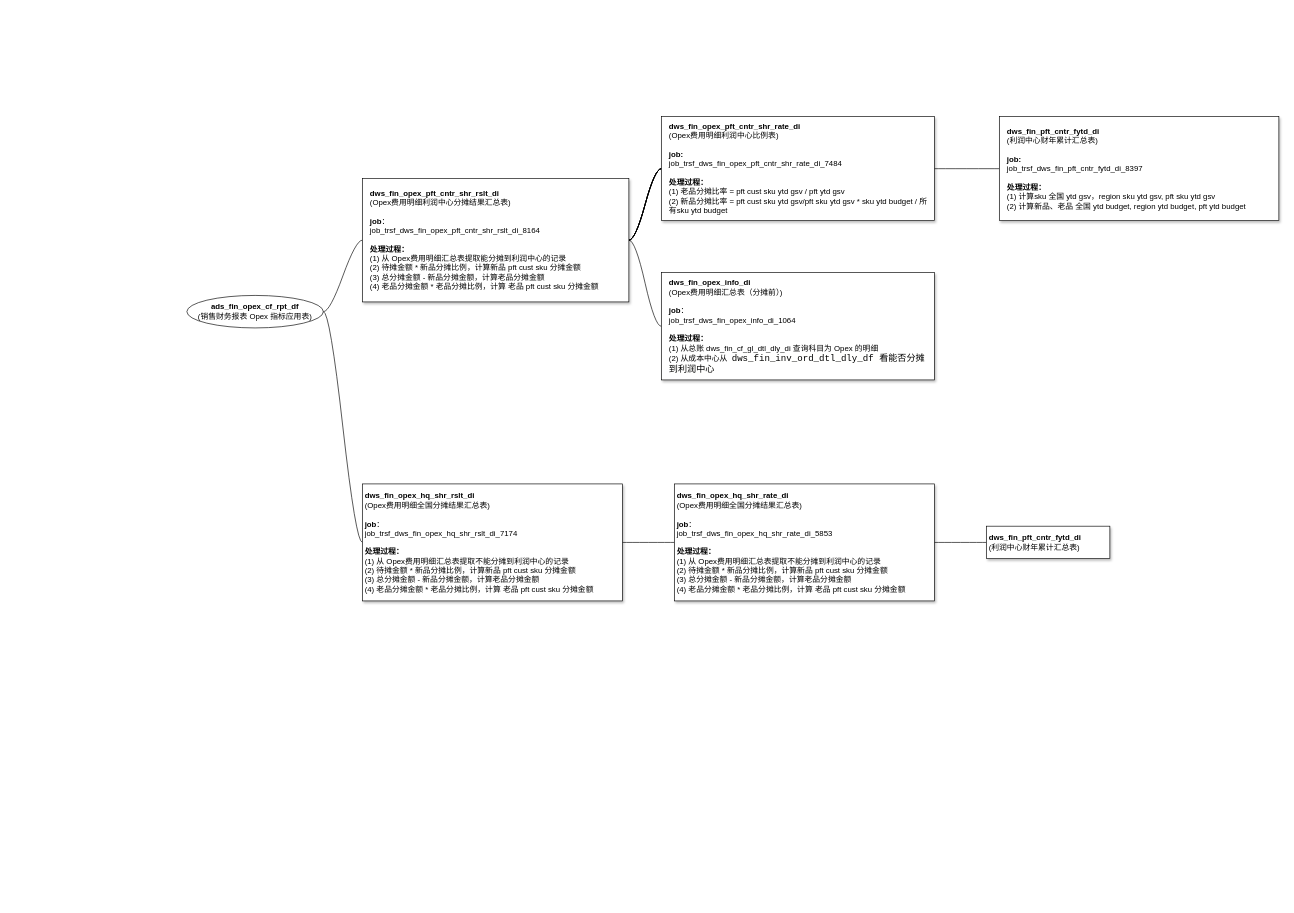
This is vitasoy-fin-opex.drawio from fsJerryChan/fsJerryChan, a draw.io file, before an edit. Source tidied: cells renumbered, new cells numbered last; positions are measured from the earlier drawing's top-left corner, leaving out a move shared by most shapes. Both pictures are drawn from the tidied source at 65%, with x=0, y=0 at pixel (187, 116).
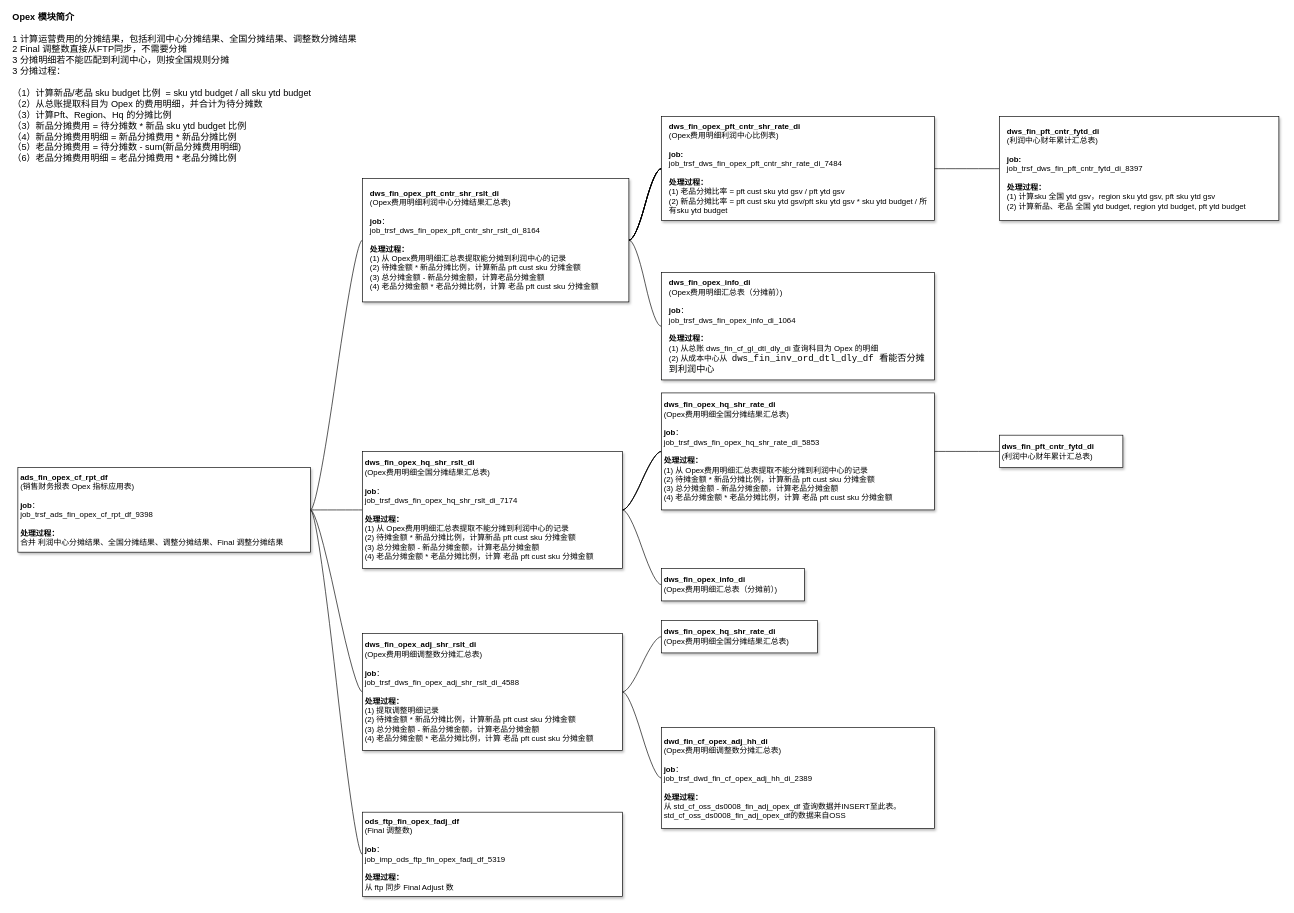
The same page after the edit.

The change refers to these unchanged cells:
```xml
<mxCell id="14" value="&lt;b style=&quot;border-color: var(--border-color);&quot;&gt;dws_fin_opex_pft_cntr_shr_rslt_di&lt;/b&gt;&lt;br style=&quot;border-color: var(--border-color);&quot;&gt;(Opex费用明细利润中心分摊结果汇总表)&lt;br style=&quot;border-color: var(--border-color);&quot;&gt;&lt;br style=&quot;border-color: var(--border-color);&quot;&gt;&lt;b style=&quot;border-color: var(--border-color);&quot;&gt;job&lt;/b&gt;&lt;span style=&quot;&quot;&gt;：&lt;/span&gt;&lt;br style=&quot;border-color: var(--border-color);&quot;&gt;&lt;span style=&quot;&quot;&gt;job_trsf_dws_fin_opex_pft_cntr_shr_rslt_di_8164&lt;/span&gt;&lt;br style=&quot;border-color: var(--border-color);&quot;&gt;&lt;br style=&quot;border-color: var(--border-color);&quot;&gt;&lt;b style=&quot;border-color: var(--border-color);&quot;&gt;处理过程：&lt;br&gt;&lt;/b&gt;(1) 从 Opex费用明细汇总表提取能分摊到利润中心的记录&lt;br style=&quot;border-color: var(--border-color);&quot;&gt;&lt;span style=&quot;&quot;&gt;(2) 待摊金额 * 新品分摊比例，计算新品 pft cust sku 分摊金额&lt;/span&gt;&lt;br style=&quot;border-color: var(--border-color);&quot;&gt;&lt;span style=&quot;&quot;&gt;(3) 总分摊金额 - 新品分摊金额，计算老品分摊金额&lt;/span&gt;&lt;br style=&quot;border-color: var(--border-color);&quot;&gt;&lt;span style=&quot;&quot;&gt;(4) 老品分摊金额 * 老品分摊比例，计算 老品 pft cust sku 分摊金额&lt;/span&gt;" style="whiteSpace=wrap;html=1;rounded=0;arcSize=50;align=left;verticalAlign=middle;strokeWidth=1;spacing=12;newEdgeStyle={&quot;edgeStyle&quot;:&quot;entityRelationEdgeStyle&quot;,&quot;startArrow&quot;:&quot;none&quot;,&quot;endArrow&quot;:&quot;none&quot;,&quot;segment&quot;:10,&quot;curved&quot;:1,&quot;sourcePerimeterSpacing&quot;:0,&quot;targetPerimeterSpacing&quot;:0};shadow=1;glass=0;" parent="1" vertex="1">
  <mxGeometry x="270" y="95" width="410" height="190" as="geometry" />
</mxCell>
```

The edit, as a diff of the source:
```diff
@@
-    <mxCell id="2" style="edgeStyle=entityRelationEdgeStyle;rounded=0;jettySize=auto;html=1;startArrow=none;endArrow=none;segment=10;curved=1;sourcePerimeterSpacing=0;targetPerimeterSpacing=0;entryX=0;entryY=0.5;entryDx=0;entryDy=0;" parent="1" edge="1" source="3" target="14">
+    <mxCell id="2" style="edgeStyle=entityRelationEdgeStyle;rounded=0;jettySize=auto;html=1;startArrow=none;endArrow=none;segment=10;curved=1;sourcePerimeterSpacing=0;targetPerimeterSpacing=0;entryX=0;entryY=0.5;entryDx=0;entryDy=0;exitX=1;exitY=0.5;exitDx=0;exitDy=0;" parent="1" edge="1" source="33" target="14">
       <mxGeometry relative="1" as="geometry">
         <Array as="points">
+          <mxPoint x="140" y="605" />
           <mxPoint x="210" y="225" />
           <mxPoint x="260" y="225" />
           <mxPoint x="270" y="205" />
         </Array>
       </mxGeometry>
     </mxCell>
-    <mxCell id="3" value="&lt;b&gt;ads_fin_opex_cf_rpt_df&lt;/b&gt;&lt;br&gt;(销售财务报表 Opex 指标应用表)" style="ellipse;whiteSpace=wrap;html=1;align=center;newEdgeStyle={&quot;edgeStyle&quot;:&quot;entityRelationEdgeStyle&quot;,&quot;startArrow&quot;:&quot;none&quot;,&quot;endArrow&quot;:&quot;none&quot;,&quot;segment&quot;:10,&quot;curved&quot;:1,&quot;sourcePerimeterSpacing&quot;:0,&quot;targetPerimeterSpacing&quot;:0};" parent="1" vertex="1">
-      <mxGeometry y="275" width="210" height="50" as="geometry" />
-    </mxCell>
+    <mxCell id="22" style="edgeStyle=entityRelationEdgeStyle;rounded=0;jettySize=auto;html=1;startArrow=none;endArrow=none;segment=10;curved=1;sourcePerimeterSpacing=0;targetPerimeterSpacing=0;exitX=1;exitY=0.5;exitDx=0;exitDy=0;" parent="1" edge="1" source="33" target="29">
+      <mxGeometry relative="1" as="geometry" />
+    </mxCell>
-    <mxCell id="4" style="edgeStyle=entityRelationEdgeStyle;startArrow=none;endArrow=none;segment=10;curved=1;sourcePerimeterSpacing=0;targetPerimeterSpacing=0;rounded=0;" parent="1" edge="1" source="3" target="6">
+    <mxCell id="4" style="edgeStyle=entityRelationEdgeStyle;startArrow=none;endArrow=none;segment=10;curved=1;sourcePerimeterSpacing=0;targetPerimeterSpacing=0;rounded=0;exitX=1;exitY=0.5;exitDx=0;exitDy=0;" parent="1" edge="1" source="33" target="6">
       <mxGeometry relative="1" as="geometry" />
     </mxCell>
@@
+    <mxCell id="23" style="edgeStyle=entityRelationEdgeStyle;rounded=0;jettySize=auto;html=1;startArrow=none;endArrow=none;segment=10;curved=1;sourcePerimeterSpacing=0;targetPerimeterSpacing=0;" parent="1" edge="1" source="6" target="20">
+      <mxGeometry relative="1" as="geometry" />
+    </mxCell>
+    <mxCell id="24" style="edgeStyle=entityRelationEdgeStyle;rounded=0;jettySize=auto;html=1;startArrow=none;endArrow=none;segment=10;curved=1;sourcePerimeterSpacing=0;targetPerimeterSpacing=0;" parent="1" edge="1" source="6" target="20">
+      <mxGeometry relative="1" as="geometry" />
+    </mxCell>
+    <mxCell id="25" style="edgeStyle=entityRelationEdgeStyle;rounded=0;jettySize=auto;html=1;startArrow=none;endArrow=none;segment=10;curved=1;sourcePerimeterSpacing=0;targetPerimeterSpacing=0;" parent="1" edge="1" source="6" target="26">
+      <mxGeometry relative="1" as="geometry" />
+    </mxCell>
     <mxCell id="6" value="&lt;b style=&quot;border-color: var(--border-color);&quot;&gt;dws_fin_opex_hq_shr_rslt_di&lt;/b&gt;&lt;br style=&quot;border-color: var(--border-color);&quot;&gt;(Opex费用明细全国分摊结果汇总表)&lt;br style=&quot;border-color: var(--border-color);&quot;&gt;&lt;br style=&quot;border-color: var(--border-color);&quot;&gt;&lt;b style=&quot;border-color: var(--border-color);&quot;&gt;job&lt;/b&gt;&lt;span style=&quot;border-color: var(--border-color);&quot;&gt;：&lt;/span&gt;&lt;br style=&quot;border-color: var(--border-color);&quot;&gt;&lt;span style=&quot;border-color: var(--border-color);&quot;&gt;job_trsf_dws_fin_opex_hq_shr_rslt_di_7174&lt;/span&gt;&lt;br style=&quot;border-color: var(--border-color);&quot;&gt;&lt;br style=&quot;border-color: var(--border-color);&quot;&gt;&lt;b style=&quot;border-color: var(--border-color);&quot;&gt;处理过程：&lt;br&gt;&lt;/b&gt;(1) 从 Opex费用明细汇总表提取不能分摊到利润中心的记录&lt;br style=&quot;border-color: var(--border-color);&quot;&gt;&lt;span style=&quot;border-color: var(--border-color);&quot;&gt;(2) 待摊金额 * 新品分摊比例，计算新品 pft cust sku 分摊金额&lt;/span&gt;&lt;br style=&quot;border-color: var(--border-color);&quot;&gt;&lt;span style=&quot;border-color: var(--border-color);&quot;&gt;(3) 总分摊金额 - 新品分摊金额，计算老品分摊金额&lt;/span&gt;&lt;br style=&quot;border-color: var(--border-color);&quot;&gt;&lt;span style=&quot;border-color: var(--border-color);&quot;&gt;(4) 老品分摊金额 * 老品分摊比例，计算 老品 pft cust sku 分摊金额&lt;/span&gt;" style="whiteSpace=wrap;html=1;rounded=0;arcSize=50;align=left;verticalAlign=middle;strokeWidth=1;spacing=4;newEdgeStyle={&quot;edgeStyle&quot;:&quot;entityRelationEdgeStyle&quot;,&quot;startArrow&quot;:&quot;none&quot;,&quot;endArrow&quot;:&quot;none&quot;,&quot;segment&quot;:10,&quot;curved&quot;:1,&quot;sourcePerimeterSpacing&quot;:0,&quot;targetPerimeterSpacing&quot;:0};shadow=1;glass=0;" parent="1" vertex="1">
-      <mxGeometry x="270" y="565" width="400" height="180" as="geometry" />
+      <mxGeometry x="270" y="515" width="400" height="180" as="geometry" />
     </mxCell>
@@
     <mxCell id="20" value="&lt;b style=&quot;border-color: var(--border-color);&quot;&gt;dws_fin_opex_hq_shr_rate_di&lt;/b&gt;&lt;br style=&quot;border-color: var(--border-color);&quot;&gt;(Opex费用明细全国分摊结果汇总表)&lt;br style=&quot;border-color: var(--border-color);&quot;&gt;&lt;br style=&quot;border-color: var(--border-color);&quot;&gt;&lt;b style=&quot;border-color: var(--border-color);&quot;&gt;job&lt;/b&gt;&lt;span style=&quot;border-color: var(--border-color);&quot;&gt;：&lt;/span&gt;&lt;br style=&quot;border-color: var(--border-color);&quot;&gt;&lt;span style=&quot;border-color: var(--border-color);&quot;&gt;job_trsf_dws_fin_opex_hq_shr_rate_di_5853&lt;/span&gt;&lt;br style=&quot;border-color: var(--border-color);&quot;&gt;&lt;br style=&quot;border-color: var(--border-color);&quot;&gt;&lt;b style=&quot;border-color: var(--border-color);&quot;&gt;处理过程：&lt;br&gt;&lt;/b&gt;(1) 从 Opex费用明细汇总表提取不能分摊到利润中心的记录&lt;br style=&quot;border-color: var(--border-color);&quot;&gt;&lt;span style=&quot;border-color: var(--border-color);&quot;&gt;(2) 待摊金额 * 新品分摊比例，计算新品 pft cust sku 分摊金额&lt;/span&gt;&lt;br style=&quot;border-color: var(--border-color);&quot;&gt;&lt;span style=&quot;border-color: var(--border-color);&quot;&gt;(3) 总分摊金额 - 新品分摊金额，计算老品分摊金额&lt;/span&gt;&lt;br style=&quot;border-color: var(--border-color);&quot;&gt;&lt;span style=&quot;border-color: var(--border-color);&quot;&gt;(4) 老品分摊金额 * 老品分摊比例，计算 老品 pft cust sku 分摊金额&lt;/span&gt;" style="whiteSpace=wrap;html=1;rounded=0;arcSize=50;align=left;verticalAlign=middle;strokeWidth=1;spacing=4;newEdgeStyle={&quot;edgeStyle&quot;:&quot;entityRelationEdgeStyle&quot;,&quot;startArrow&quot;:&quot;none&quot;,&quot;endArrow&quot;:&quot;none&quot;,&quot;segment&quot;:10,&quot;curved&quot;:1,&quot;sourcePerimeterSpacing&quot;:0,&quot;targetPerimeterSpacing&quot;:0};shadow=1;glass=0;" parent="1" vertex="1">
-      <mxGeometry x="750" y="565" width="400" height="180" as="geometry" />
+      <mxGeometry x="730" y="425" width="420" height="180" as="geometry" />
     </mxCell>
     <mxCell id="21" value="&lt;b style=&quot;border-color: var(--border-color);&quot;&gt;dws_fin_pft_cntr_fytd_di&lt;/b&gt;&lt;br style=&quot;border-color: var(--border-color);&quot;&gt;(利润中心财年累计汇总表)" style="whiteSpace=wrap;html=1;rounded=0;arcSize=50;align=left;verticalAlign=middle;strokeWidth=1;spacing=4;newEdgeStyle={&quot;edgeStyle&quot;:&quot;entityRelationEdgeStyle&quot;,&quot;startArrow&quot;:&quot;none&quot;,&quot;endArrow&quot;:&quot;none&quot;,&quot;segment&quot;:10,&quot;curved&quot;:1,&quot;sourcePerimeterSpacing&quot;:0,&quot;targetPerimeterSpacing&quot;:0};shadow=1;glass=0;" parent="1" vertex="1">
-      <mxGeometry x="1230" y="630" width="190" height="50" as="geometry" />
+      <mxGeometry x="1250" y="490" width="190" height="50" as="geometry" />
     </mxCell>
+    <mxCell id="26" value="&lt;b style=&quot;border-color: var(--border-color);&quot;&gt;dws_fin_opex_info_di&lt;/b&gt;&lt;br style=&quot;border-color: var(--border-color);&quot;&gt;(Opex费用明细汇总表（分摊前）)" style="whiteSpace=wrap;html=1;rounded=0;arcSize=50;align=left;verticalAlign=middle;strokeWidth=1;spacing=4;newEdgeStyle={&quot;edgeStyle&quot;:&quot;entityRelationEdgeStyle&quot;,&quot;startArrow&quot;:&quot;none&quot;,&quot;endArrow&quot;:&quot;none&quot;,&quot;segment&quot;:10,&quot;curved&quot;:1,&quot;sourcePerimeterSpacing&quot;:0,&quot;targetPerimeterSpacing&quot;:0};shadow=1;glass=0;" parent="1" vertex="1">
+      <mxGeometry x="730" y="695" width="220" height="50" as="geometry" />
+    </mxCell>
+    <mxCell id="27" style="edgeStyle=entityRelationEdgeStyle;rounded=0;jettySize=auto;html=1;startArrow=none;endArrow=none;segment=10;curved=1;sourcePerimeterSpacing=0;targetPerimeterSpacing=0;" parent="1" edge="1" source="29" target="30">
+      <mxGeometry relative="1" as="geometry" />
+    </mxCell>
+    <mxCell id="28" style="edgeStyle=entityRelationEdgeStyle;rounded=0;jettySize=auto;html=1;startArrow=none;endArrow=none;segment=10;curved=1;sourcePerimeterSpacing=0;targetPerimeterSpacing=0;" parent="1" edge="1" source="29" target="31">
+      <mxGeometry relative="1" as="geometry" />
+    </mxCell>
+    <mxCell id="29" value="&lt;b style=&quot;border-color: var(--border-color);&quot;&gt;dws_fin_opex_adj_shr_rslt_di&lt;/b&gt;&lt;br style=&quot;border-color: var(--border-color);&quot;&gt;(Opex费用明细调整数分摊汇总表)&lt;br style=&quot;border-color: var(--border-color);&quot;&gt;&lt;br style=&quot;border-color: var(--border-color);&quot;&gt;&lt;b style=&quot;border-color: var(--border-color);&quot;&gt;job&lt;/b&gt;&lt;span style=&quot;border-color: var(--border-color);&quot;&gt;：&lt;/span&gt;&lt;br style=&quot;border-color: var(--border-color);&quot;&gt;&lt;span style=&quot;border-color: var(--border-color);&quot;&gt;job_trsf_dws_fin_opex_adj_shr_rslt_di_4588&lt;/span&gt;&lt;br style=&quot;border-color: var(--border-color);&quot;&gt;&lt;br style=&quot;border-color: var(--border-color);&quot;&gt;&lt;b style=&quot;border-color: var(--border-color);&quot;&gt;处理过程：&lt;br&gt;&lt;/b&gt;(1) 提取调整明细记录&lt;br style=&quot;border-color: var(--border-color);&quot;&gt;&lt;span style=&quot;border-color: var(--border-color);&quot;&gt;(2) 待摊金额 * 新品分摊比例，计算新品 pft cust sku 分摊金额&lt;/span&gt;&lt;br style=&quot;border-color: var(--border-color);&quot;&gt;&lt;span style=&quot;border-color: var(--border-color);&quot;&gt;(3) 总分摊金额 - 新品分摊金额，计算老品分摊金额&lt;/span&gt;&lt;br style=&quot;border-color: var(--border-color);&quot;&gt;&lt;span style=&quot;border-color: var(--border-color);&quot;&gt;(4) 老品分摊金额 * 老品分摊比例，计算 老品 pft cust sku 分摊金额&lt;/span&gt;" style="whiteSpace=wrap;html=1;rounded=0;arcSize=50;align=left;verticalAlign=middle;strokeWidth=1;spacing=4;newEdgeStyle={&quot;edgeStyle&quot;:&quot;entityRelationEdgeStyle&quot;,&quot;startArrow&quot;:&quot;none&quot;,&quot;endArrow&quot;:&quot;none&quot;,&quot;segment&quot;:10,&quot;curved&quot;:1,&quot;sourcePerimeterSpacing&quot;:0,&quot;targetPerimeterSpacing&quot;:0};shadow=1;glass=0;" parent="1" vertex="1">
+      <mxGeometry x="270" y="795" width="400" height="180" as="geometry" />
+    </mxCell>
+    <mxCell id="30" value="&lt;b style=&quot;border-color: var(--border-color);&quot;&gt;dws_fin_opex_hq_shr_rate_di&lt;/b&gt;&lt;br style=&quot;border-color: var(--border-color);&quot;&gt;(Opex费用明细全国分摊结果汇总表)" style="whiteSpace=wrap;html=1;rounded=0;arcSize=50;align=left;verticalAlign=middle;strokeWidth=1;spacing=4;newEdgeStyle={&quot;edgeStyle&quot;:&quot;entityRelationEdgeStyle&quot;,&quot;startArrow&quot;:&quot;none&quot;,&quot;endArrow&quot;:&quot;none&quot;,&quot;segment&quot;:10,&quot;curved&quot;:1,&quot;sourcePerimeterSpacing&quot;:0,&quot;targetPerimeterSpacing&quot;:0};shadow=1;glass=0;" parent="1" vertex="1">
+      <mxGeometry x="730" y="775" width="240" height="50" as="geometry" />
+    </mxCell>
+    <mxCell id="31" value="&lt;b style=&quot;border-color: var(--border-color);&quot;&gt;dwd_fin_cf_opex_adj_hh_di&lt;/b&gt;&lt;br style=&quot;border-color: var(--border-color);&quot;&gt;(Opex费用明细调整数分摊汇总表)&lt;br style=&quot;border-color: var(--border-color);&quot;&gt;&lt;br style=&quot;border-color: var(--border-color);&quot;&gt;&lt;b style=&quot;border-color: var(--border-color);&quot;&gt;job&lt;/b&gt;&lt;span style=&quot;border-color: var(--border-color);&quot;&gt;：&lt;/span&gt;&lt;br style=&quot;border-color: var(--border-color);&quot;&gt;&lt;span style=&quot;border-color: var(--border-color);&quot;&gt;job_trsf_dwd_fin_cf_opex_adj_hh_di_2389&lt;/span&gt;&lt;br style=&quot;border-color: var(--border-color);&quot;&gt;&lt;br style=&quot;border-color: var(--border-color);&quot;&gt;&lt;b style=&quot;border-color: var(--border-color);&quot;&gt;处理过程：&lt;br&gt;&lt;/b&gt;从&amp;nbsp;std_cf_oss_ds0008_fin_adj_opex_df 查询数据并INSERT至此表。std_cf_oss_ds0008_fin_adj_opex_df的数据来自OSS" style="whiteSpace=wrap;html=1;rounded=0;arcSize=50;align=left;verticalAlign=middle;strokeWidth=1;spacing=4;newEdgeStyle={&quot;edgeStyle&quot;:&quot;entityRelationEdgeStyle&quot;,&quot;startArrow&quot;:&quot;none&quot;,&quot;endArrow&quot;:&quot;none&quot;,&quot;segment&quot;:10,&quot;curved&quot;:1,&quot;sourcePerimeterSpacing&quot;:0,&quot;targetPerimeterSpacing&quot;:0};shadow=1;glass=0;" parent="1" vertex="1">
+      <mxGeometry x="730" y="940" width="420" height="155" as="geometry" />
+    </mxCell>
+    <mxCell id="32" style="edgeStyle=entityRelationEdgeStyle;rounded=0;jettySize=auto;html=1;startArrow=none;endArrow=none;segment=10;curved=1;sourcePerimeterSpacing=0;targetPerimeterSpacing=0;" parent="1" edge="1" source="33" target="34">
+      <mxGeometry relative="1" as="geometry" />
+    </mxCell>
+    <mxCell id="33" value="&lt;b style=&quot;border-color: var(--border-color);&quot;&gt;ads_fin_opex_cf_rpt_df&lt;/b&gt;&lt;br style=&quot;border-color: var(--border-color);&quot;&gt;(销售财务报表 Opex 指标应用表)&lt;br style=&quot;border-color: var(--border-color);&quot;&gt;&lt;br style=&quot;border-color: var(--border-color);&quot;&gt;&lt;b style=&quot;border-color: var(--border-color);&quot;&gt;job&lt;/b&gt;&lt;span style=&quot;border-color: var(--border-color);&quot;&gt;：&lt;/span&gt;&lt;br style=&quot;border-color: var(--border-color);&quot;&gt;job_trsf_ads_fin_opex_cf_rpt_df_9398&lt;br style=&quot;border-color: var(--border-color);&quot;&gt;&lt;br style=&quot;border-color: var(--border-color);&quot;&gt;&lt;b style=&quot;border-color: var(--border-color);&quot;&gt;处理过程：&lt;br&gt;&lt;/b&gt;合并 利润中心分摊结果、全国分摊结果、调整分摊结果、Final 调整分摊结果" style="whiteSpace=wrap;html=1;rounded=0;arcSize=50;align=left;verticalAlign=middle;strokeWidth=1;spacing=4;newEdgeStyle={&quot;edgeStyle&quot;:&quot;entityRelationEdgeStyle&quot;,&quot;startArrow&quot;:&quot;none&quot;,&quot;endArrow&quot;:&quot;none&quot;,&quot;segment&quot;:10,&quot;curved&quot;:1,&quot;sourcePerimeterSpacing&quot;:0,&quot;targetPerimeterSpacing&quot;:0};shadow=1;glass=0;" parent="1" vertex="1">
+      <mxGeometry x="-260" y="540" width="450" height="130" as="geometry" />
+    </mxCell>
+    <mxCell id="34" value="&lt;b&gt;ods_ftp_fin_opex_fadj_df&lt;br&gt;&lt;/b&gt;(Final 调整数)&lt;br style=&quot;border-color: var(--border-color);&quot;&gt;&lt;br style=&quot;border-color: var(--border-color);&quot;&gt;&lt;b style=&quot;border-color: var(--border-color);&quot;&gt;job&lt;/b&gt;&lt;span style=&quot;border-color: var(--border-color);&quot;&gt;：&lt;/span&gt;&lt;br style=&quot;border-color: var(--border-color);&quot;&gt;&lt;span style=&quot;border-color: var(--border-color);&quot;&gt;job_imp_ods_ftp_fin_opex_fadj_df_5319&lt;/span&gt;&lt;br style=&quot;border-color: var(--border-color);&quot;&gt;&lt;br style=&quot;border-color: var(--border-color);&quot;&gt;&lt;b style=&quot;border-color: var(--border-color);&quot;&gt;处理过程：&lt;br&gt;&lt;/b&gt;从 ftp 同步 Final Adjust 数" style="whiteSpace=wrap;html=1;rounded=0;arcSize=50;align=left;verticalAlign=middle;strokeWidth=1;spacing=4;newEdgeStyle={&quot;edgeStyle&quot;:&quot;entityRelationEdgeStyle&quot;,&quot;startArrow&quot;:&quot;none&quot;,&quot;endArrow&quot;:&quot;none&quot;,&quot;segment&quot;:10,&quot;curved&quot;:1,&quot;sourcePerimeterSpacing&quot;:0,&quot;targetPerimeterSpacing&quot;:0};shadow=1;glass=0;" parent="1" vertex="1">
+      <mxGeometry x="270" y="1070" width="400" height="130" as="geometry" />
+    </mxCell>
+    <mxCell id="35" value="&lt;font style=&quot;font-size: 14px;&quot;&gt;&lt;b style=&quot;font-size: 14px;&quot;&gt;Opex 模块简介&lt;/b&gt;&lt;/font&gt;&lt;br style=&quot;font-size: 14px;&quot;&gt;&lt;br style=&quot;font-size: 14px;&quot;&gt;1 计算运营费用的分摊结果，包括利润中心分摊结果、全国分摊结果、调整数分摊结果&lt;br style=&quot;font-size: 14px;&quot;&gt;2 Final 调整数直接从FTP同步，不需要分摊&lt;br&gt;3 分摊明细若不能匹配到利润中心，则按全国规则分摊&lt;br style=&quot;font-size: 14px;&quot;&gt;3 分摊过程：&lt;br style=&quot;font-size: 14px;&quot;&gt;&lt;br style=&quot;font-size: 14px;&quot;&gt;（1）计算新品/老品 sku budget 比例&amp;nbsp; = sku ytd budget / all sku ytd budget&lt;br style=&quot;font-size: 14px;&quot;&gt;（2）从总账提取科目为 Opex 的费用明细，并合计为待分摊数&lt;br style=&quot;font-size: 14px;&quot;&gt;（3）计算Pft、Region、Hq 的分摊比例&lt;br style=&quot;font-size: 14px;&quot;&gt;（3）新品分摊费用 = 待分摊数 * 新品 sku ytd budget 比例&lt;br style=&quot;font-size: 14px;&quot;&gt;（4）新品分摊费用明细 = 新品分摊费用 * 新品分摊比例&lt;br style=&quot;font-size: 14px;&quot;&gt;（5）老品分摊费用 = 待分摊数 - sum(新品分摊费用明细)&lt;br style=&quot;font-size: 14px;&quot;&gt;（6）老品分摊费用明细 = 老品分摊费用 * 老品分摊比例" style="text;strokeColor=none;align=left;fillColor=none;html=1;verticalAlign=middle;whiteSpace=wrap;rounded=0;fontSize=14;" parent="1" vertex="1">
+      <mxGeometry x="-270" y="-115" width="560" height="140" as="geometry" />
+    </mxCell>
```
